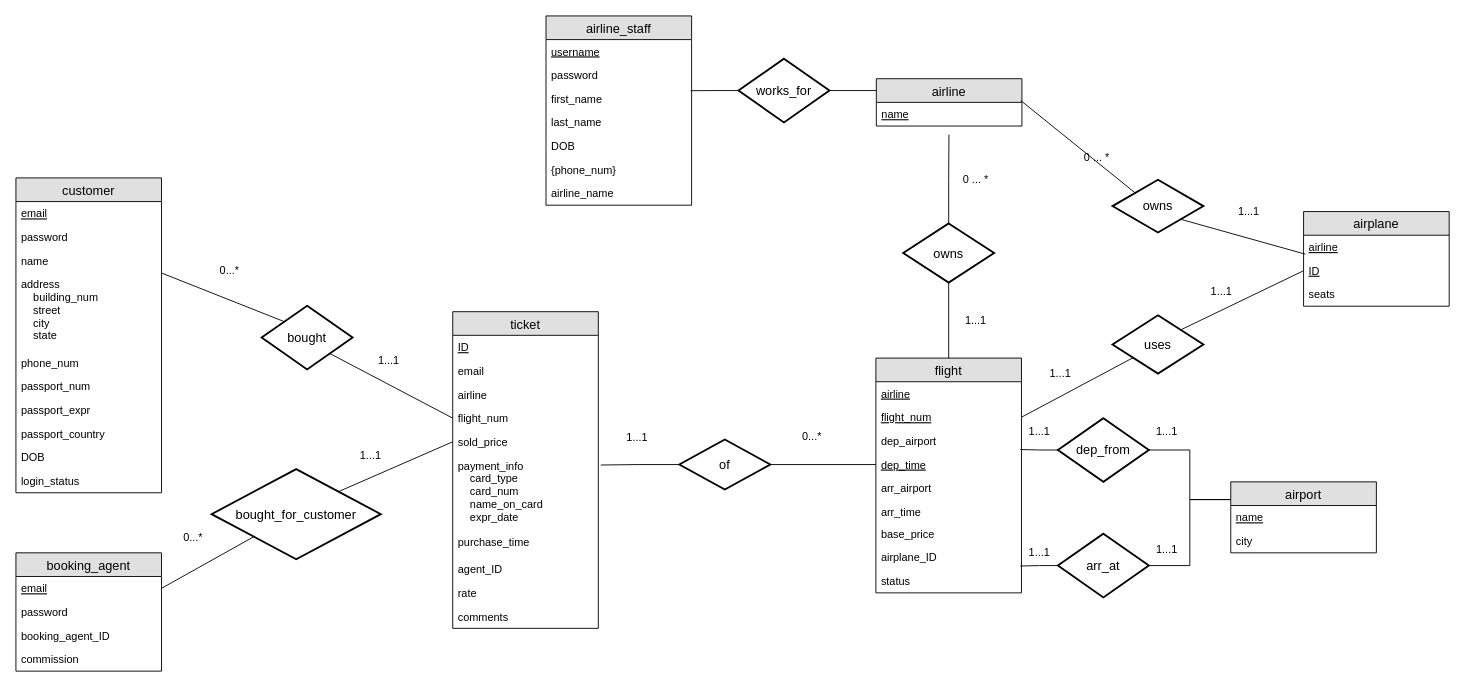
Before: ER Diagram.drawio in RomolaZhang/Databases, a draw.io diagram. Source tidied: cells renumbered, new cells numbered last; positions are measured from the earlier drawing's top-left corner, leaving out a move shared by most shapes. Both pictures are drawn from the tidied source at 91%, with x=0, y=0 at pixel (15, 15).
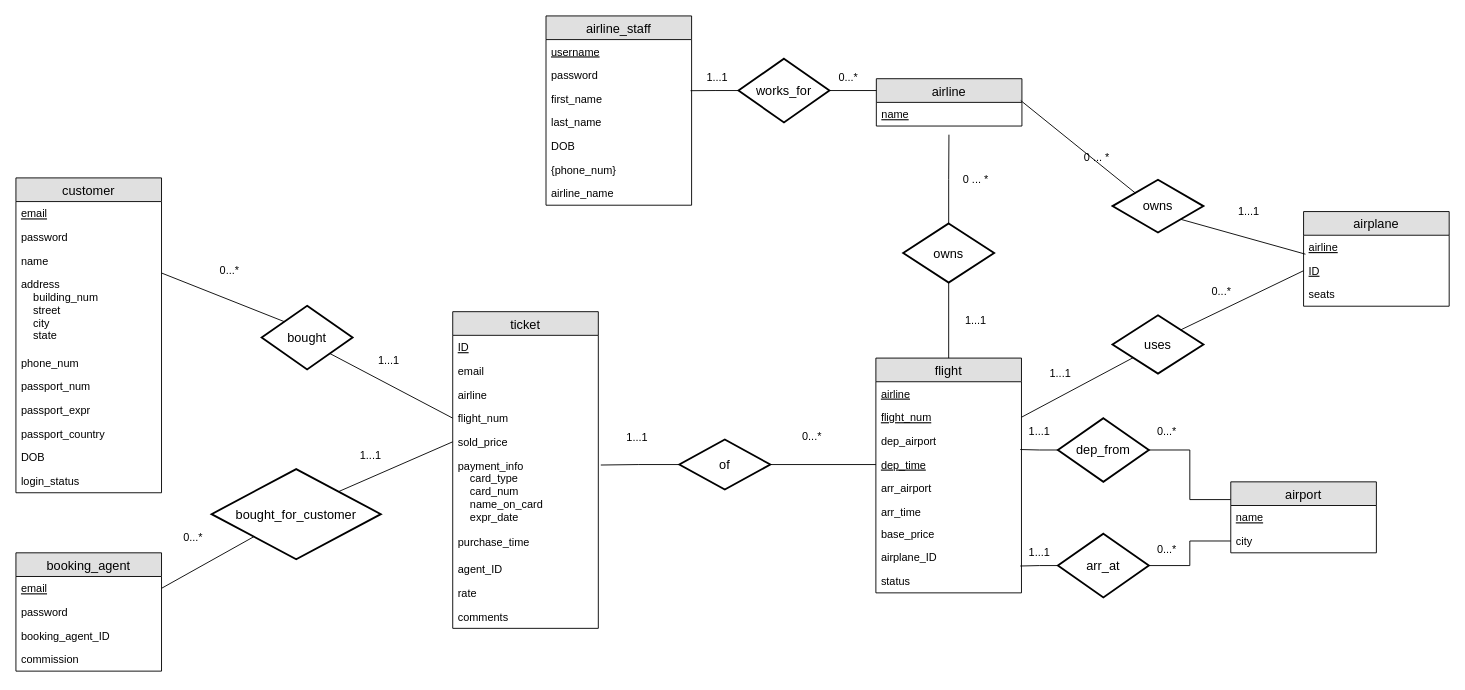
The same diagram, later.

Unchanged cells that the change refers to:
```xml
<mxCell id="2" value="airport" style="swimlane;fontStyle=0;horizontal=1;startSize=26;fillColor=#e0e0e0;swimlaneFillColor=#ffffff;align=center;fontSize=14;" parent="1" vertex="1">
  <mxGeometry x="1335" y="512" width="160" height="78" as="geometry" />
</mxCell>
<mxCell id="4" value="city" style="text;strokeColor=none;fillColor=none;spacingLeft=4;spacingRight=4;overflow=hidden;points=[[0,0.5],[1,0.5]];portConstraint=eastwest;fontSize=12;" parent="2" vertex="1">
  <mxGeometry y="52" width="160" height="26" as="geometry" />
</mxCell>
<mxCell id="67" value="arr_at" style="shape=rhombus;strokeWidth=2;fontSize=17;perimeter=rhombusPerimeter;whiteSpace=wrap;html=1;align=center;fontSize=14;" parent="1" vertex="1">
  <mxGeometry x="1145" y="569" width="100" height="70" as="geometry" />
</mxCell>
```

What changed in the source:
```diff
@@
-    <mxCell id="65" style="edgeStyle=orthogonalEdgeStyle;rounded=0;jettySize=auto;html=1;exitX=1;exitY=0.5;exitDx=0;exitDy=0;entryX=0;entryY=0.25;entryDx=0;entryDy=0;endArrow=none;endFill=0;" parent="1" edge="1" source="67" target="2">
-      <mxGeometry relative="1" as="geometry" />
-    </mxCell>
@@
+    <mxCell id="99" style="edgeStyle=orthogonalEdgeStyle;rounded=0;jettySize=auto;html=1;exitX=1;exitY=0.5;exitDx=0;exitDy=0;entryX=0;entryY=0.5;entryDx=0;entryDy=0;endArrow=none;endFill=0;" parent="1" edge="1" source="67" target="4">
+      <mxGeometry relative="1" as="geometry" />
+    </mxCell>
@@
-    <mxCell id="69" value="1...1" style="text;html=1;strokeColor=none;fillColor=none;align=center;verticalAlign=middle;whiteSpace=wrap;rounded=0;" parent="1" vertex="1">
+    <mxCell id="69" value="0...*" style="text;html=1;strokeColor=none;fillColor=none;align=center;verticalAlign=middle;whiteSpace=wrap;rounded=0;" parent="1" vertex="1">
       <mxGeometry x="1245" y="447" width="40" height="20" as="geometry" />
     </mxCell>
@@
-    <mxCell id="71" value="1...1" style="text;html=1;strokeColor=none;fillColor=none;align=center;verticalAlign=middle;whiteSpace=wrap;rounded=0;" parent="1" vertex="1">
+    <mxCell id="71" value="0...*" style="text;html=1;strokeColor=none;fillColor=none;align=center;verticalAlign=middle;whiteSpace=wrap;rounded=0;" parent="1" vertex="1">
       <mxGeometry x="1245" y="577" width="40" height="20" as="geometry" />
     </mxCell>
@@
-    <mxCell id="80" value="1...1" style="text;html=1;strokeColor=none;fillColor=none;align=center;verticalAlign=middle;whiteSpace=wrap;rounded=0;" parent="1" vertex="1">
+    <mxCell id="80" value="0...*" style="text;html=1;strokeColor=none;fillColor=none;align=center;verticalAlign=middle;whiteSpace=wrap;rounded=0;" parent="1" vertex="1">
       <mxGeometry x="1305" y="293" width="40" height="20" as="geometry" />
     </mxCell>
@@
+    <mxCell id="100" value="1...1" style="text;html=1;strokeColor=none;fillColor=none;align=center;verticalAlign=middle;whiteSpace=wrap;rounded=0;" parent="1" vertex="1">
+      <mxGeometry x="750.5" y="58" width="40" height="20" as="geometry" />
+    </mxCell>
+    <mxCell id="101" value="0...*" style="text;html=1;strokeColor=none;fillColor=none;align=center;verticalAlign=middle;whiteSpace=wrap;rounded=0;" parent="1" vertex="1">
+      <mxGeometry x="895" y="58" width="40" height="20" as="geometry" />
+    </mxCell>
```
